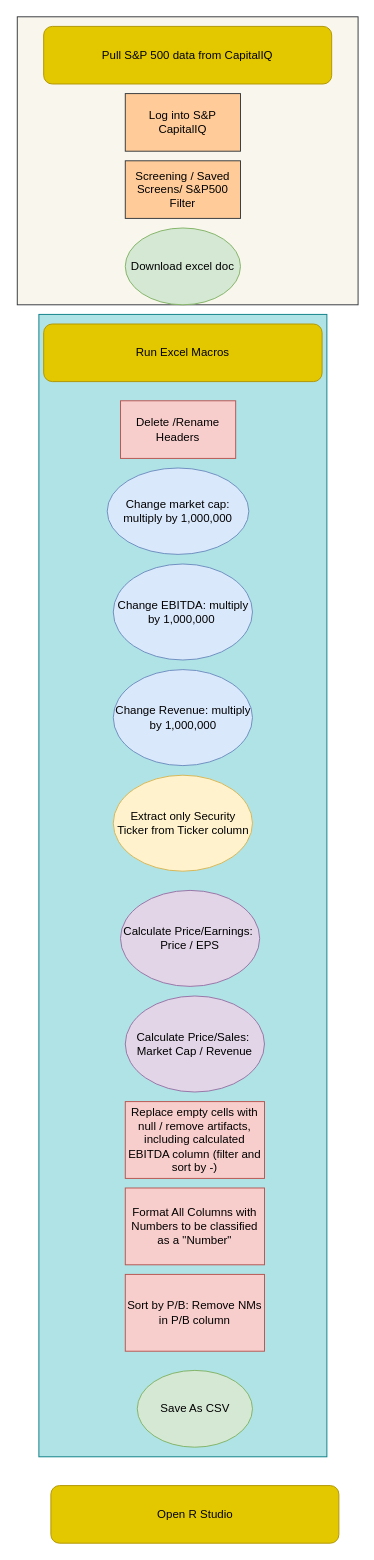
elohman/Business-Analytics- keeps this draw.io diagram as RPA_Finacial_Data_Pull.drawio. Above is the earlier version. Source tidied: cells renumbered, new cells numbered last; positions are measured from the earlier drawing's top-left corner, leaving out a move shared by most shapes. Both pictures are drawn from the tidied source at 96%, with x=0, y=0 at pixel (16, 16).
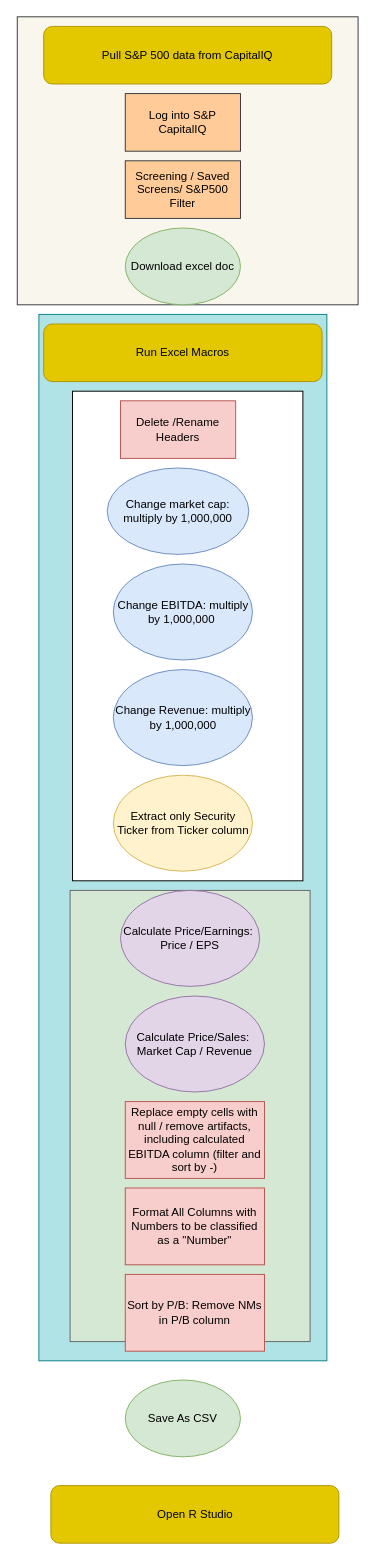
After the change.

The edit, as a diff of the source:
```diff
@@
+    <mxCell id="3" style="rounded=0;whiteSpace=wrap;html=1;fillColor=#b0e3e6;strokeColor=#0e8088;" parent="1" vertex="1">
+      <mxGeometry x="23" y="310" width="300" height="1090" as="geometry" />
+    </mxCell>
+    <mxCell id="21" style="rounded=0;whiteSpace=wrap;html=1;fillColor=#D5E8D4;fontColor=#333333;strokeColor=#666666;" parent="1" vertex="1">
+      <mxGeometry x="55.5" y="910" width="250" height="470" as="geometry" />
+    </mxCell>
+    <mxCell id="22" style="rounded=0;whiteSpace=wrap;html=1;" parent="1" vertex="1">
+      <mxGeometry x="58" y="390" width="240" height="510" as="geometry" />
+    </mxCell>
@@
-    <mxCell id="3" style="rounded=0;whiteSpace=wrap;html=1;fillColor=#b0e3e6;strokeColor=#0e8088;" parent="1" vertex="1">
-      <mxGeometry x="23" y="310" width="300" height="1190" as="geometry" />
-    </mxCell>
@@
     <mxCell id="15" value="Save As CSV" style="ellipse;whiteSpace=wrap;html=1;fillColor=#d5e8d4;strokeColor=#82b366;" parent="1" vertex="1">
-      <mxGeometry x="125.5" y="1410" width="120" height="80" as="geometry" />
+      <mxGeometry x="113" y="1420" width="120" height="80" as="geometry" />
     </mxCell>
```
